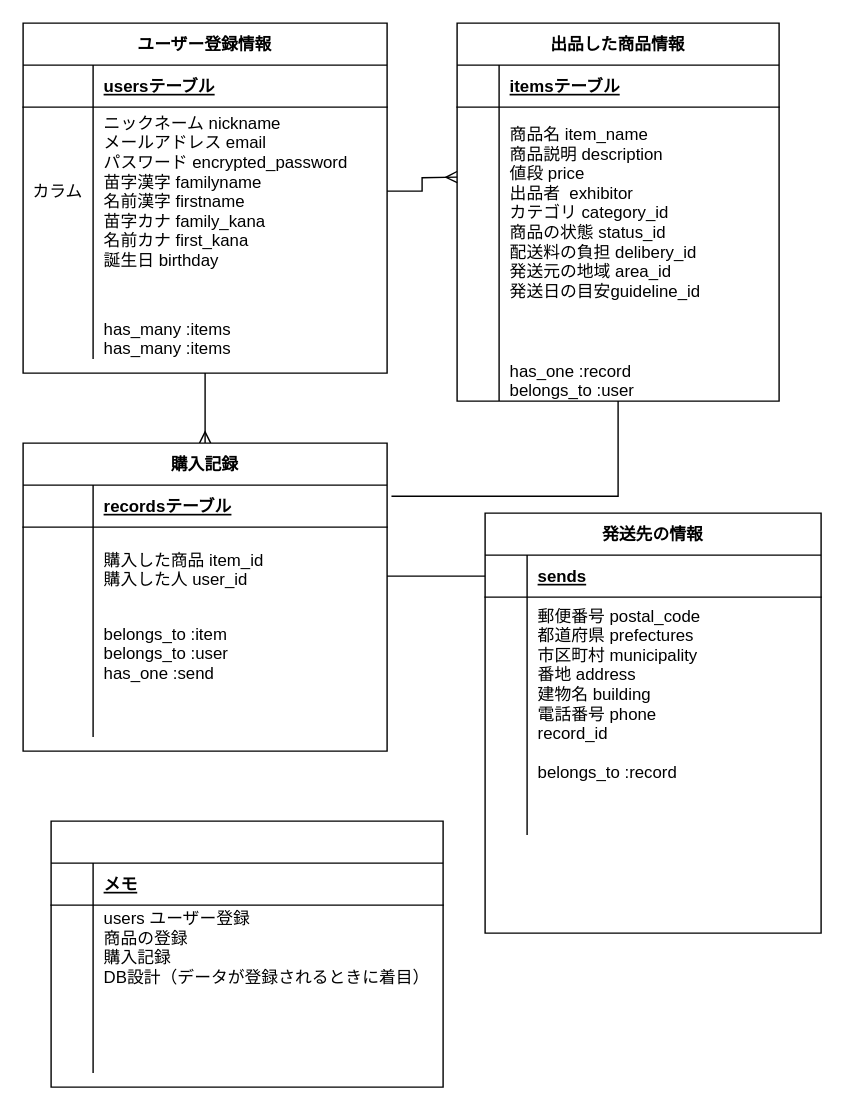
This is .dio from yochandesu/furima-33800, a draw.io file, before an edit. Source tidied: cells renumbered, new cells numbered last; positions are measured from the earlier drawing's top-left corner, leaving out a move shared by most shapes. Both pictures are drawn from the tidied source at 140%, with x=0, y=0 at pixel (22, 22).
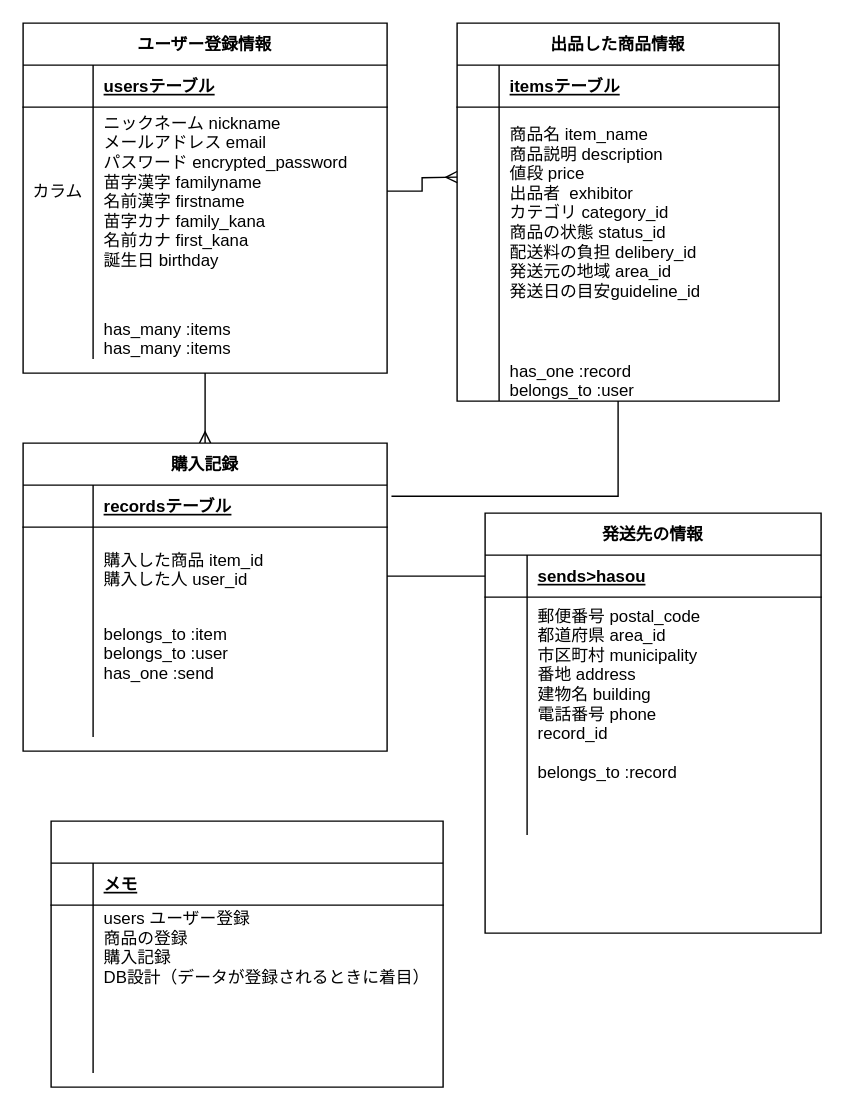
Above is the later version.

The change refers to these unchanged cells:
```xml
<mxCell id="58" style="shape=partialRectangle;fillColor=none;top=0;left=0;bottom=1;right=0;points=[[0,0.5],[1,0.5]];portConstraint=eastwest;" parent="57" vertex="1">
  <mxGeometry y="30" width="240" height="30" as="geometry" />
</mxCell>
<mxCell id="61" style="shape=partialRectangle;fillColor=none;top=0;left=0;bottom=0;right=0;" parent="57" vertex="1">
  <mxGeometry y="60" width="240" height="110" as="geometry" />
</mxCell>
```

Diff of the diagram source:
```diff
@@
-    <mxCell id="60" value="sends" style="shape=partialRectangle;fillColor=none;top=0;left=0;bottom=0;right=0;align=left;spacingLeft=6;fontStyle=5;overflow=hidden;" parent="58" vertex="1">
+    <mxCell id="60" value="sends&gt;hasou" style="shape=partialRectangle;fillColor=none;top=0;left=0;bottom=0;right=0;align=left;spacingLeft=6;fontStyle=5;overflow=hidden;" parent="58" vertex="1">
       <mxGeometry x="30" width="210" height="30" as="geometry" />
     </mxCell>
@@
-    <mxCell id="63" value="郵便番号 postal_code&#10;都道府県 prefectures&#10;市区町村 municipality&#10;番地 address&#10;建物名 building&#10;電話番号 phone&#10;record_id" style="shape=partialRectangle;fillColor=none;top=0;left=0;bottom=0;right=0;align=left;spacingLeft=6;overflow=hidden;" parent="61" vertex="1">
+    <mxCell id="63" value="郵便番号 postal_code&#10;都道府県 area_id&#10;市区町村 municipality&#10;番地 address&#10;建物名 building&#10;電話番号 phone&#10;record_id" style="shape=partialRectangle;fillColor=none;top=0;left=0;bottom=0;right=0;align=left;spacingLeft=6;overflow=hidden;" parent="61" vertex="1">
       <mxGeometry x="30" width="210" height="110" as="geometry" />
     </mxCell>
```
